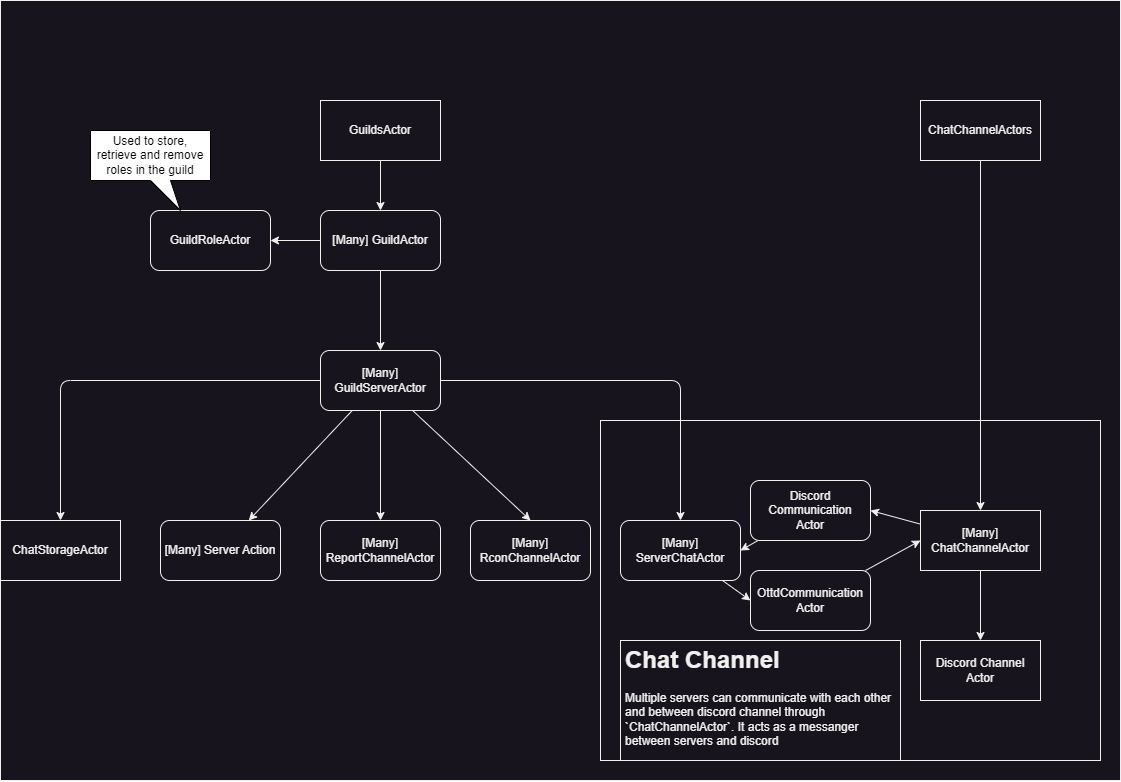
This is docs/akka.drawio.png from shoter/OpenttdDiscord, a draw.io export, as it was before one commit. Source tidied: cells renumbered, new cells last; positions are measured from the earlier drawing's top-left corner, leaving out a move shared by most shapes.
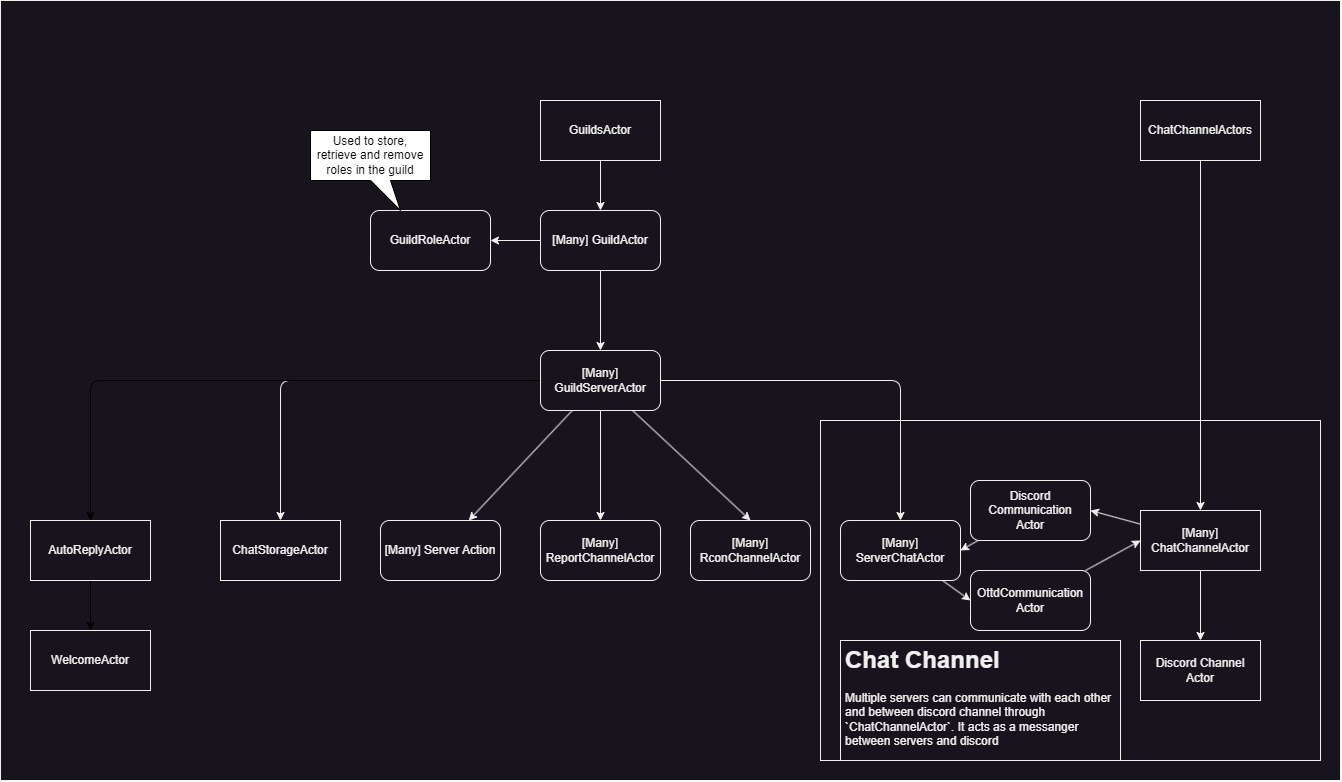
After the change.

Change to the diagram source:
```diff
@@ -3,7 +3,7 @@
     <mxCell id="0" />
     <mxCell id="1" parent="0" />
     <mxCell id="2" style="rounded=0;whiteSpace=wrap;html=1;strokeColor=#f0f0f0;fillColor=#18141D;" parent="1" vertex="1">
-      <mxGeometry width="1120" height="780" as="geometry" />
+      <mxGeometry x="-220" width="1340" height="780" as="geometry" />
     </mxCell>
     <mxCell id="3" style="rounded=0;whiteSpace=wrap;html=1;strokeColor=#f0f0f0;fillColor=#18141D;" parent="1" vertex="1">
       <mxGeometry x="600" y="420" width="500" height="340" as="geometry" />
@@ -46,6 +46,13 @@
     <mxCell id="13" style="edgeStyle=none;html=1;entryX=0.5;entryY=0;entryDx=0;entryDy=0;strokeColor=#F0F0F0;" parent="1" edge="1" source="14" target="28">
       <mxGeometry relative="1" as="geometry" />
     </mxCell>
+    <mxCell id="35" style="edgeStyle=none;html=1;entryX=0.5;entryY=0;entryDx=0;entryDy=0;" parent="1" edge="1" source="14" target="37">
+      <mxGeometry relative="1" as="geometry">
+        <Array as="points">
+          <mxPoint x="-130" y="380" />
+        </Array>
+      </mxGeometry>
+    </mxCell>
     <mxCell id="14" value="[Many] GuildServerActor" style="rounded=1;whiteSpace=wrap;html=1;strokeColor=#f0f0f0;fillColor=#18141D;fontColor=#F0F0F0;" parent="1" vertex="1">
       <mxGeometry x="320" y="350" width="120" height="60" as="geometry" />
     </mxCell>
@@ -109,5 +116,14 @@
     <mxCell id="34" value="&lt;span style=&quot;text-align: left;&quot;&gt;Used to store, retrieve and remove roles in the guild&lt;/span&gt;" style="shape=callout;whiteSpace=wrap;html=1;perimeter=calloutPerimeter;fontSize=12;position2=0.75;" parent="1" vertex="1">
       <mxGeometry x="90" y="130" width="120" height="80" as="geometry" />
     </mxCell>
+    <mxCell id="36" style="edgeStyle=none;html=1;entryX=0.5;entryY=0;entryDx=0;entryDy=0;" parent="1" edge="1" source="37" target="38">
+      <mxGeometry relative="1" as="geometry" />
+    </mxCell>
+    <mxCell id="37" value="AutoReplyActor" style="rounded=0;whiteSpace=wrap;html=1;fontSize=12;strokeColor=#f0f0f0;fillColor=#18141D;fontColor=#F0F0F0;" parent="1" vertex="1">
+      <mxGeometry x="-190" y="520" width="120" height="60" as="geometry" />
+    </mxCell>
+    <mxCell id="38" value="WelcomeActor" style="rounded=0;whiteSpace=wrap;html=1;fontSize=12;strokeColor=#f0f0f0;fillColor=#18141D;fontColor=#F0F0F0;" parent="1" vertex="1">
+      <mxGeometry x="-190" y="630" width="120" height="60" as="geometry" />
+    </mxCell>
   </root>
 </mxGraphModel>
```
